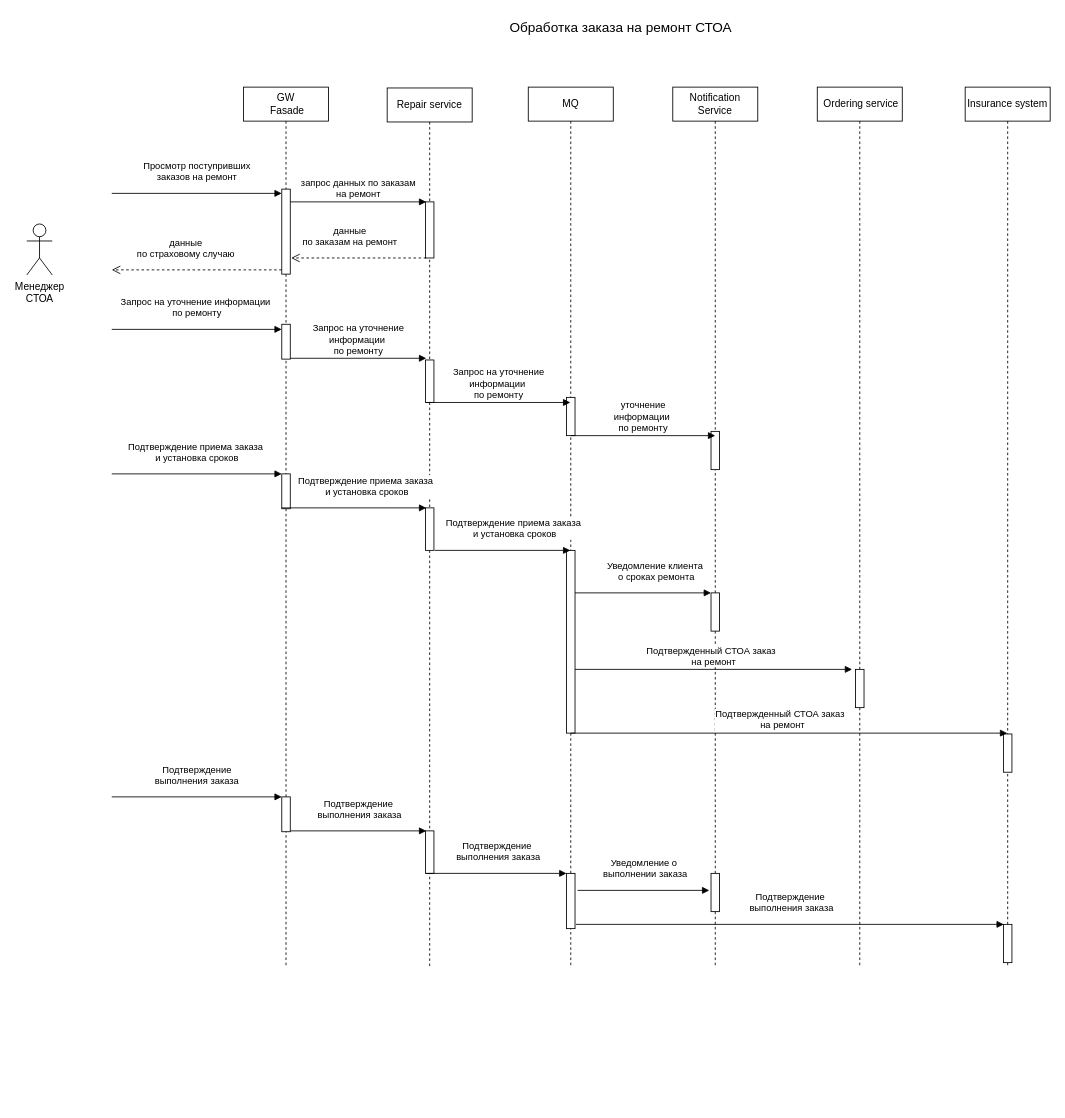
Before: 2.Solution/5_2 Sequence_Diagramm.drawio in samsonovsa/OtusArhitectureFinalProject, a draw.io diagram. Source tidied: cells renumbered, new cells numbered last; positions are measured from the earlier drawing's top-left corner, leaving out a move shared by most shapes. Both pictures are drawn from the tidied source at 85%, with x=0, y=0 at pixel (26, 14).
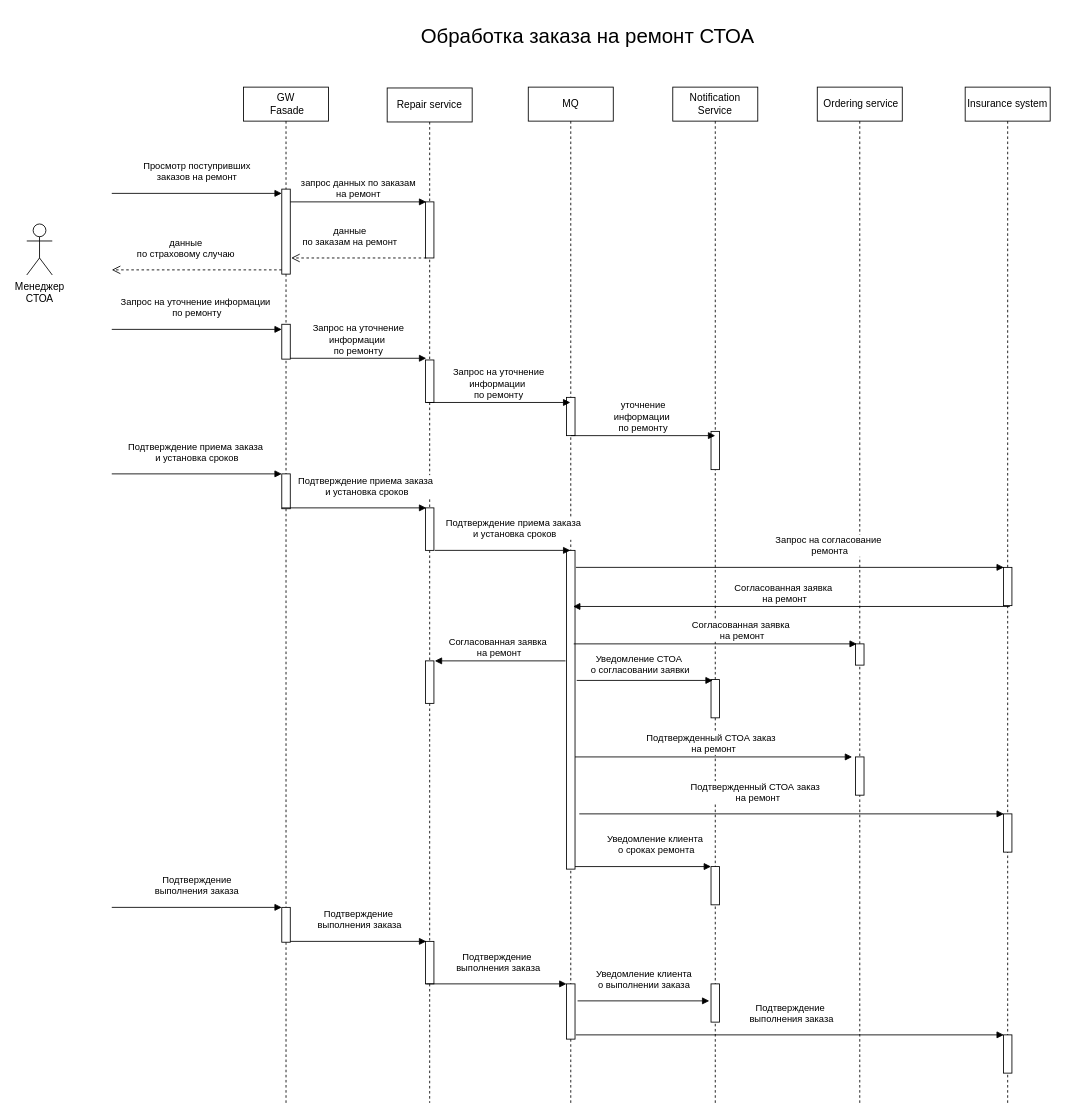
After the change.

Change to the diagram source:
```diff
@@
     <mxCell id="2" value="Insurance system" style="shape=umlLifeline;perimeter=lifelinePerimeter;whiteSpace=wrap;html=1;newEdgeStyle={&quot;edgeStyle&quot;:&quot;elbowEdgeStyle&quot;,&quot;elbow&quot;:&quot;vertical&quot;,&quot;curved&quot;:0,&quot;rounded&quot;:0};labelBackgroundColor=default;" parent="1" vertex="1">
-      <mxGeometry x="1104" y="85" width="100" height="1035" as="geometry" />
+      <mxGeometry x="1104" y="85" width="100" height="1195" as="geometry" />
     </mxCell>
     <mxCell id="3" style="html=1;perimeter=orthogonalPerimeter;targetShapes=umlLifeline;newEdgeStyle={&quot;curved&quot;:0,&quot;rounded&quot;:0};" parent="2" vertex="1">
-      <mxGeometry x="45" y="761" width="10" height="45" as="geometry" />
+      <mxGeometry x="45" y="855" width="10" height="45" as="geometry" />
     </mxCell>
     <mxCell id="4" style="html=1;perimeter=orthogonalPerimeter;targetShapes=umlLifeline;newEdgeStyle={&quot;curved&quot;:0,&quot;rounded&quot;:0};" parent="2" vertex="1">
-      <mxGeometry x="45" y="985" width="10" height="45" as="geometry" />
+      <mxGeometry x="45" y="1115" width="10" height="45" as="geometry" />
     </mxCell>
+    <mxCell id="46" style="html=1;perimeter=orthogonalPerimeter;targetShapes=umlLifeline;newEdgeStyle={&quot;curved&quot;:0,&quot;rounded&quot;:0};" parent="2" vertex="1">
+      <mxGeometry x="45" y="565" width="10" height="45" as="geometry" />
+    </mxCell>
     <mxCell id="5" value="MQ" style="shape=umlLifeline;perimeter=lifelinePerimeter;whiteSpace=wrap;html=1;outlineConnect=0;portConstraint=eastwest;newEdgeStyle={&quot;edgeStyle&quot;:&quot;elbowEdgeStyle&quot;,&quot;elbow&quot;:&quot;vertical&quot;,&quot;curved&quot;:0,&quot;rounded&quot;:0};" parent="1" vertex="1">
-      <mxGeometry x="590" y="85" width="100" height="1035" as="geometry" />
+      <mxGeometry x="590" y="85" width="100" height="1195" as="geometry" />
     </mxCell>
@@
     <mxCell id="7" style="html=1;perimeter=orthogonalPerimeter;targetShapes=umlLifeline;newEdgeStyle={&quot;curved&quot;:0,&quot;rounded&quot;:0};" parent="5" vertex="1">
-      <mxGeometry x="45" y="545" width="10" height="215" as="geometry" />
+      <mxGeometry x="45" y="545" width="10" height="375" as="geometry" />
     </mxCell>
     <mxCell id="8" style="html=1;perimeter=orthogonalPerimeter;targetShapes=umlLifeline;newEdgeStyle={&quot;curved&quot;:0,&quot;rounded&quot;:0};" parent="5" vertex="1">
-      <mxGeometry x="45" y="925" width="10" height="65" as="geometry" />
+      <mxGeometry x="45" y="1055" width="10" height="65" as="geometry" />
     </mxCell>
     <mxCell id="9" value="Notification Service" style="shape=umlLifeline;perimeter=lifelinePerimeter;whiteSpace=wrap;html=1;newEdgeStyle={&quot;edgeStyle&quot;:&quot;elbowEdgeStyle&quot;,&quot;elbow&quot;:&quot;vertical&quot;,&quot;curved&quot;:0,&quot;rounded&quot;:0};" parent="1" vertex="1">
-      <mxGeometry x="760" y="85" width="100" height="1035" as="geometry" />
+      <mxGeometry x="760" y="85" width="100" height="1195" as="geometry" />
     </mxCell>
@@
     <mxCell id="11" style="html=1;perimeter=orthogonalPerimeter;targetShapes=umlLifeline;newEdgeStyle={&quot;curved&quot;:0,&quot;rounded&quot;:0};" parent="9" vertex="1">
-      <mxGeometry x="45" y="595" width="10" height="45" as="geometry" />
+      <mxGeometry x="45" y="917" width="10" height="45" as="geometry" />
     </mxCell>
     <mxCell id="12" style="html=1;perimeter=orthogonalPerimeter;targetShapes=umlLifeline;newEdgeStyle={&quot;curved&quot;:0,&quot;rounded&quot;:0};" parent="9" vertex="1">
-      <mxGeometry x="45" y="925" width="10" height="45" as="geometry" />
+      <mxGeometry x="45" y="1055" width="10" height="45" as="geometry" />
     </mxCell>
+    <mxCell id="47" style="html=1;perimeter=orthogonalPerimeter;targetShapes=umlLifeline;newEdgeStyle={&quot;curved&quot;:0,&quot;rounded&quot;:0};" parent="9" vertex="1">
+      <mxGeometry x="45" y="697" width="10" height="45" as="geometry" />
+    </mxCell>
     <mxCell id="13" value="&amp;nbsp;Ordering service" style="shape=umlLifeline;perimeter=lifelinePerimeter;whiteSpace=wrap;html=1;newEdgeStyle={&quot;edgeStyle&quot;:&quot;elbowEdgeStyle&quot;,&quot;elbow&quot;:&quot;vertical&quot;,&quot;curved&quot;:0,&quot;rounded&quot;:0};" parent="1" vertex="1">
-      <mxGeometry x="930" y="85" width="100" height="1035" as="geometry" />
+      <mxGeometry x="930" y="85" width="100" height="1195" as="geometry" />
     </mxCell>
     <mxCell id="14" style="html=1;perimeter=orthogonalPerimeter;targetShapes=umlLifeline;newEdgeStyle={&quot;curved&quot;:0,&quot;rounded&quot;:0};" parent="13" vertex="1">
-      <mxGeometry x="45" y="685" width="10" height="45" as="geometry" />
+      <mxGeometry x="45" y="788" width="10" height="45" as="geometry" />
     </mxCell>
+    <mxCell id="48" style="html=1;perimeter=orthogonalPerimeter;targetShapes=umlLifeline;newEdgeStyle={&quot;curved&quot;:0,&quot;rounded&quot;:0};" parent="13" vertex="1">
+      <mxGeometry x="45" y="655" width="10" height="25" as="geometry" />
+    </mxCell>
@@
     <mxCell id="16" value="Repair service" style="shape=umlLifeline;perimeter=lifelinePerimeter;whiteSpace=wrap;html=1;newEdgeStyle={&quot;curved&quot;:0,&quot;rounded&quot;:0};" parent="1" vertex="1">
-      <mxGeometry x="424" y="86" width="100" height="1034" as="geometry" />
+      <mxGeometry x="424" y="86" width="100" height="1194" as="geometry" />
     </mxCell>
@@
     <mxCell id="20" style="html=1;perimeter=orthogonalPerimeter;targetShapes=umlLifeline;newEdgeStyle={&quot;curved&quot;:0,&quot;rounded&quot;:0};" parent="16" vertex="1">
-      <mxGeometry x="45" y="874" width="10" height="50" as="geometry" />
+      <mxGeometry x="45" y="1004" width="10" height="50" as="geometry" />
     </mxCell>
+    <mxCell id="49" style="html=1;perimeter=orthogonalPerimeter;targetShapes=umlLifeline;newEdgeStyle={&quot;curved&quot;:0,&quot;rounded&quot;:0};" parent="16" vertex="1">
+      <mxGeometry x="45" y="674" width="10" height="50" as="geometry" />
+    </mxCell>
@@
-    <mxCell id="22" value="Обработка заказа на ремонт СТОА" style="text;html=1;strokeColor=none;fillColor=none;align=center;verticalAlign=middle;whiteSpace=wrap;rounded=0;fontSize=16;" parent="1" vertex="1">
-      <mxGeometry x="294" width="810" height="30" as="geometry" />
+    <mxCell id="22" value="Обработка заказа на ремонт СТОА" style="text;html=1;strokeColor=none;fillColor=none;align=center;verticalAlign=middle;whiteSpace=wrap;rounded=0;fontSize=24;" parent="1" vertex="1">
+      <mxGeometry x="255" y="10" width="810" height="30" as="geometry" />
     </mxCell>
     <mxCell id="23" value="GW&lt;br&gt;&amp;nbsp;Fasade" style="shape=umlLifeline;perimeter=lifelinePerimeter;whiteSpace=wrap;html=1;newEdgeStyle={&quot;curved&quot;:0,&quot;rounded&quot;:0};" parent="1" vertex="1">
-      <mxGeometry x="255" y="85" width="100" height="1035" as="geometry" />
+      <mxGeometry x="255" y="85" width="100" height="1195" as="geometry" />
     </mxCell>
@@
     <mxCell id="27" style="html=1;perimeter=orthogonalPerimeter;targetShapes=umlLifeline;newEdgeStyle={&quot;curved&quot;:0,&quot;rounded&quot;:0};" parent="23" vertex="1">
-      <mxGeometry x="45" y="835" width="10" height="41" as="geometry" />
+      <mxGeometry x="45" y="965" width="10" height="41" as="geometry" />
     </mxCell>
@@
     <mxCell id="38" value="Уведомление клиента&lt;br&gt;&amp;nbsp;о сроках ремонта" style="html=1;verticalAlign=bottom;endArrow=block;curved=0;rounded=0;" parent="1" edge="1">
       <mxGeometry x="0.18" y="10" relative="1" as="geometry">
-        <mxPoint x="645" y="680" as="sourcePoint" />
-        <mxPoint x="805" y="680" as="targetPoint" />
+        <mxPoint x="645" y="1002" as="sourcePoint" />
+        <mxPoint x="805" y="1002" as="targetPoint" />
       </mxGeometry>
     </mxCell>
     <mxCell id="39" value="Подтвержденный СТОА заказ&amp;nbsp;&amp;nbsp;&lt;br&gt;на ремонт" style="html=1;verticalAlign=bottom;endArrow=block;curved=0;rounded=0;" parent="1" edge="1">
       <mxGeometry relative="1" as="geometry">
-        <mxPoint x="645" y="770" as="sourcePoint" />
-        <mxPoint x="971" y="770" as="targetPoint" />
+        <mxPoint x="645" y="873" as="sourcePoint" />
+        <mxPoint x="971" y="873" as="targetPoint" />
       </mxGeometry>
     </mxCell>
     <mxCell id="40" value="Подтвержденный СТОА заказ&amp;nbsp;&amp;nbsp;&lt;br&gt;на ремонт" style="html=1;verticalAlign=bottom;endArrow=block;curved=0;rounded=0;" parent="1" edge="1">
-      <mxGeometry x="-0.03" relative="1" as="geometry">
-        <mxPoint x="640" y="845" as="sourcePoint" />
-        <mxPoint x="1153.5" y="845" as="targetPoint" />
+      <mxGeometry x="-0.16" y="10" relative="1" as="geometry">
+        <mxPoint x="650" y="940" as="sourcePoint" />
+        <mxPoint x="1149.5" y="940" as="targetPoint" />
       </mxGeometry>
     </mxCell>
     <mxCell id="41" value="Подтверждение &lt;br&gt;выполнения заказа" style="html=1;verticalAlign=bottom;endArrow=block;curved=0;rounded=0;entryX=0;entryY=0;entryDx=0;entryDy=5;entryPerimeter=0;" parent="1" edge="1">
       <mxGeometry y="10" relative="1" as="geometry">
-        <mxPoint x="100" y="920" as="sourcePoint" />
-        <mxPoint x="300" y="920" as="targetPoint" />
+        <mxPoint x="100" y="1050" as="sourcePoint" />
+        <mxPoint x="300" y="1050" as="targetPoint" />
       </mxGeometry>
     </mxCell>
     <mxCell id="42" value="Подтверждение&lt;br&gt;&amp;nbsp;выполнения заказа" style="html=1;verticalAlign=bottom;endArrow=block;curved=0;rounded=0;" parent="1" edge="1">
       <mxGeometry y="10" relative="1" as="geometry">
-        <mxPoint x="310" y="960" as="sourcePoint" />
-        <mxPoint x="470" y="960" as="targetPoint" />
+        <mxPoint x="310" y="1090" as="sourcePoint" />
+        <mxPoint x="470" y="1090" as="targetPoint" />
       </mxGeometry>
     </mxCell>
     <mxCell id="43" value="Подтверждение&lt;br&gt;&amp;nbsp;выполнения заказа" style="html=1;verticalAlign=bottom;endArrow=block;curved=0;rounded=0;" parent="1" edge="1">
       <mxGeometry y="10" relative="1" as="geometry">
-        <mxPoint x="470" y="1010" as="sourcePoint" />
-        <mxPoint x="635" y="1010" as="targetPoint" />
+        <mxPoint x="470" y="1140" as="sourcePoint" />
+        <mxPoint x="635" y="1140" as="targetPoint" />
       </mxGeometry>
     </mxCell>
-    <mxCell id="44" value="Уведомление о&lt;br&gt;&amp;nbsp;выполнении заказа" style="html=1;verticalAlign=bottom;endArrow=block;curved=0;rounded=0;" parent="1" edge="1">
+    <mxCell id="44" value="Уведомление клиента &lt;br&gt;о выполнении заказа" style="html=1;verticalAlign=bottom;endArrow=block;curved=0;rounded=0;" parent="1" edge="1">
       <mxGeometry y="10" relative="1" as="geometry">
-        <mxPoint x="648" y="1030" as="sourcePoint" />
-        <mxPoint x="803" y="1030" as="targetPoint" />
+        <mxPoint x="648" y="1160" as="sourcePoint" />
+        <mxPoint x="803" y="1160" as="targetPoint" />
       </mxGeometry>
     </mxCell>
     <mxCell id="45" value="Подтверждение&lt;br&gt;&amp;nbsp;выполнения заказа" style="html=1;verticalAlign=bottom;endArrow=block;curved=0;rounded=0;" parent="1" edge="1">
       <mxGeometry y="10" relative="1" as="geometry">
-        <mxPoint x="646" y="1070" as="sourcePoint" />
-        <mxPoint x="1149.5" y="1070" as="targetPoint" />
+        <mxPoint x="646" y="1200" as="sourcePoint" />
+        <mxPoint x="1149.5" y="1200" as="targetPoint" />
       </mxGeometry>
     </mxCell>
+    <mxCell id="50" value="Запрос на согласование&lt;br style=&quot;border-color: var(--border-color);&quot;&gt;&amp;nbsp;ремонта" style="html=1;verticalAlign=bottom;endArrow=block;curved=0;rounded=0;" parent="1" edge="1">
+      <mxGeometry x="0.18" y="10" relative="1" as="geometry">
+        <mxPoint x="646" y="650" as="sourcePoint" />
+        <mxPoint x="1149.5" y="650" as="targetPoint" />
+      </mxGeometry>
+    </mxCell>
+    <mxCell id="51" value="Согласованная заявка&lt;br style=&quot;border-color: var(--border-color);&quot;&gt;&amp;nbsp;на ремонт" style="html=1;verticalAlign=bottom;endArrow=block;curved=0;rounded=0;" parent="1" edge="1">
+      <mxGeometry x="0.04" relative="1" as="geometry">
+        <mxPoint x="1156.5" y="696" as="sourcePoint" />
+        <mxPoint x="642.7" y="696" as="targetPoint" />
+      </mxGeometry>
+    </mxCell>
+    <mxCell id="52" value="Согласованная заявка&lt;br style=&quot;border-color: var(--border-color);&quot;&gt;&amp;nbsp;на ремонт" style="html=1;verticalAlign=bottom;endArrow=block;curved=0;rounded=0;" parent="1" edge="1">
+      <mxGeometry x="0.04" relative="1" as="geometry">
+        <mxPoint x="633.8" y="760" as="sourcePoint" />
+        <mxPoint x="480" y="760" as="targetPoint" />
+      </mxGeometry>
+    </mxCell>
+    <mxCell id="53" value="Согласованная заявка&lt;br style=&quot;border-color: var(--border-color);&quot;&gt;&amp;nbsp;на ремонт" style="html=1;verticalAlign=bottom;endArrow=block;curved=0;rounded=0;" parent="1" edge="1">
+      <mxGeometry x="0.18" relative="1" as="geometry">
+        <mxPoint x="643.5" y="740" as="sourcePoint" />
+        <mxPoint x="976.5" y="740" as="targetPoint" />
+      </mxGeometry>
+    </mxCell>
+    <mxCell id="54" value="Уведомление СТОА&lt;br&gt;&amp;nbsp;о согласовании заявки" style="html=1;verticalAlign=bottom;endArrow=block;curved=0;rounded=0;" parent="1" edge="1">
+      <mxGeometry x="-0.09" y="3" relative="1" as="geometry">
+        <mxPoint x="647" y="783" as="sourcePoint" />
+        <mxPoint x="807" y="783" as="targetPoint" />
+      </mxGeometry>
+    </mxCell>
```
